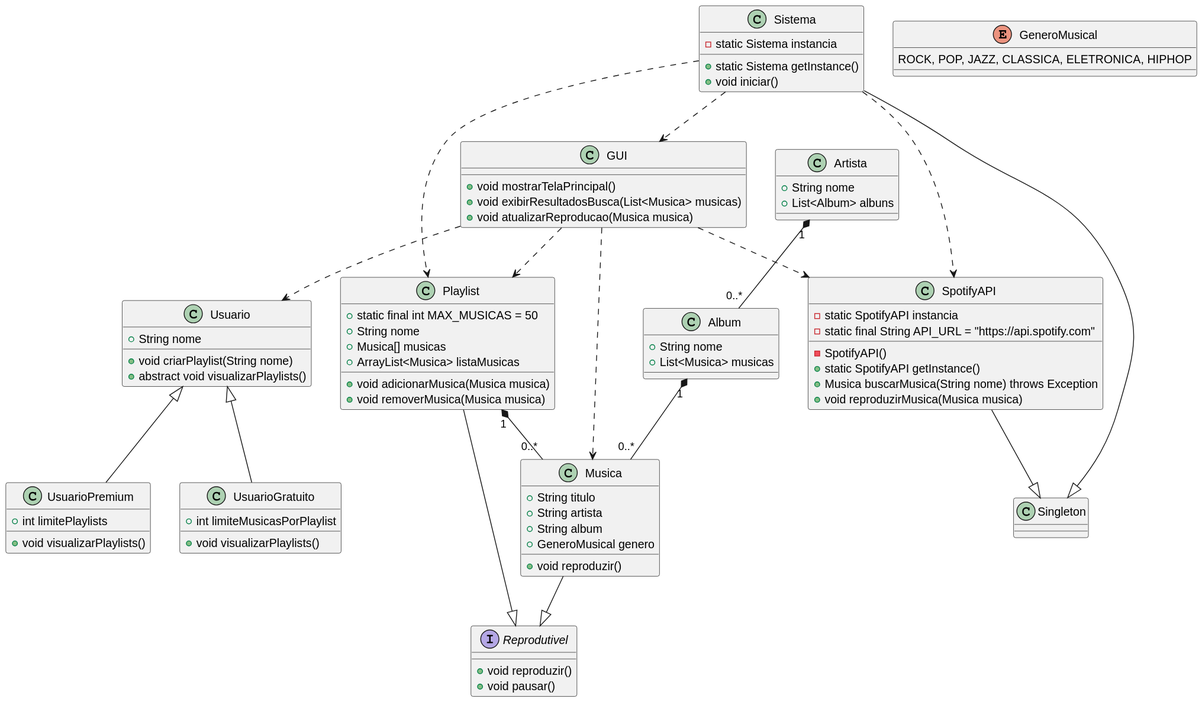
Above: src/Diagramas/Diagrama de Classes.svg in manuelafba/trabalhoFinalProg2 (PlantUML), before the change. Source of this version:
```plantuml
@startuml
class Musica {
    +String titulo
    +String artista
    +String album
    +GeneroMusical genero
    +void reproduzir()
}

class Playlist {
    +static final int MAX_MUSICAS = 50
    +String nome
    +Musica[] musicas
    +ArrayList<Musica> listaMusicas
    +void adicionarMusica(Musica musica)
    +void removerMusica(Musica musica)
}

class Artista {
    +String nome
    +List<Album> albuns
}

class Album {
    +String nome
    +List<Musica> musicas
}

class SpotifyAPI {
    -static SpotifyAPI instancia
    -static final String API_URL = "https://api.spotify.com"
    -SpotifyAPI()
    +static SpotifyAPI getInstance()
    +Musica buscarMusica(String nome) throws Exception
    +void reproduzirMusica(Musica musica)
}

class GUI {
    +void mostrarTelaPrincipal()
    +void exibirResultadosBusca(List<Musica> musicas)
    +void atualizarReproducao(Musica musica)
}

class Sistema {
    -static Sistema instancia
    +static Sistema getInstance()
    +void iniciar()
}

interface Reprodutivel {
    +void reproduzir()
    +void pausar()
}

class Usuario {
    +String nome
    +void criarPlaylist(String nome)
    +abstract void visualizarPlaylists()
}

class UsuarioPremium {
    +int limitePlaylists
    +void visualizarPlaylists()
}

class UsuarioGratuito {
    +int limiteMusicasPorPlaylist
    +void visualizarPlaylists()
}

enum GeneroMusical {
    ROCK, POP, JAZZ, CLASSICA, ELETRONICA, HIPHOP
}

Playlist "1" *-- "0..*" Musica
Artista "1" *-- "0..*" Album
Album "1" *-- "0..*" Musica

SpotifyAPI --|> Singleton
Sistema --|> Singleton

Musica --|> Reprodutivel
Playlist --|> Reprodutivel

Usuario <|-- UsuarioPremium
Usuario <|-- UsuarioGratuito

GUI ..> SpotifyAPI
GUI ..> Playlist
GUI ..> Musica
GUI ..> Usuario

Sistema ..> SpotifyAPI
Sistema ..> GUI
Sistema ..> Playlist
@enduml
```
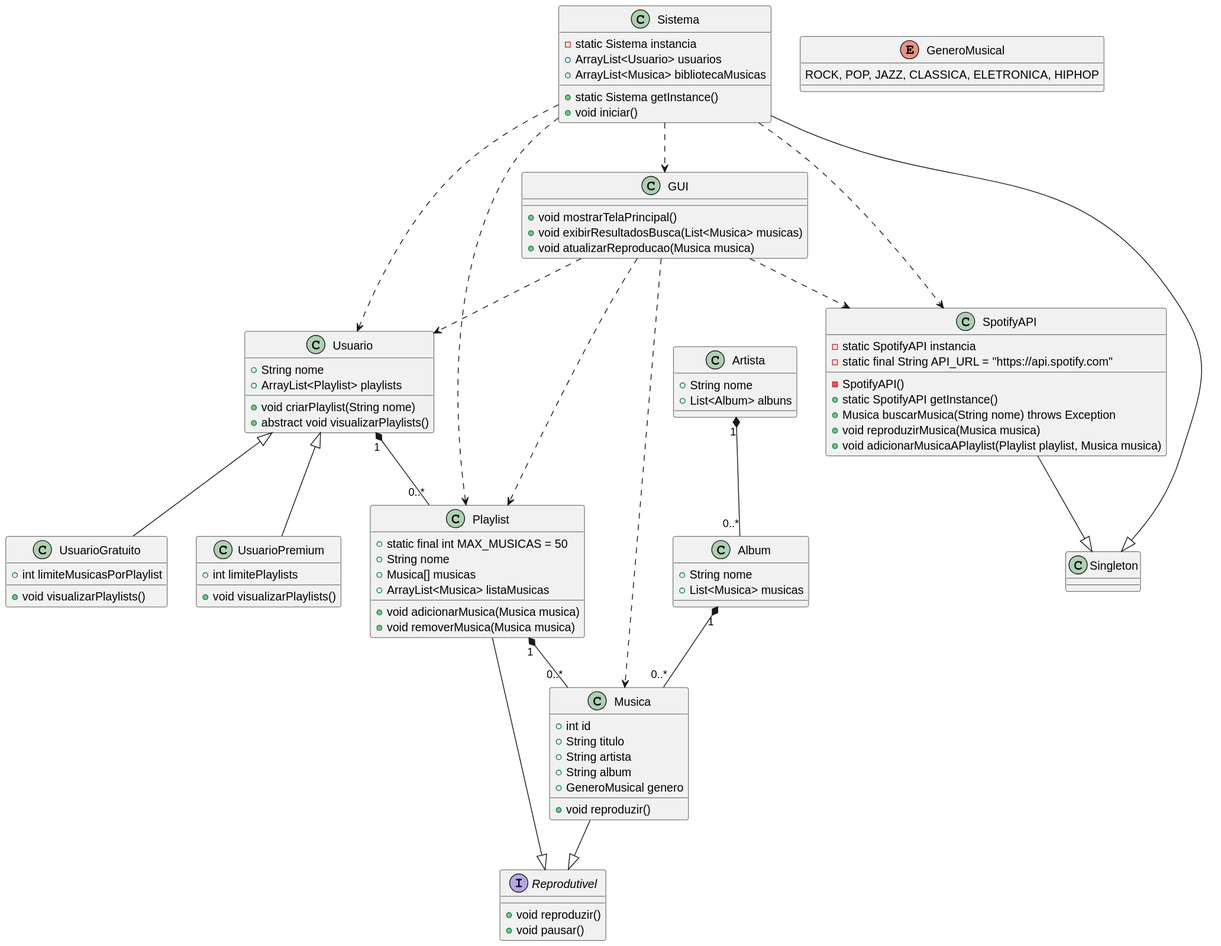
Above is the later version.

Commit message:
Colocando Diagramas Em Pasta e testando SVG

Diff of the diagram source:
```diff
@@ -1,5 +1,6 @@
 @startuml
 class Musica {
+    +int id
     +String titulo
     +String artista
     +String album
@@ -33,6 +34,7 @@
     +static SpotifyAPI getInstance()
     +Musica buscarMusica(String nome) throws Exception
     +void reproduzirMusica(Musica musica)
+    +void adicionarMusicaAPlaylist(Playlist playlist, Musica musica)
 }
 
 class GUI {
@@ -45,6 +47,8 @@
     -static Sistema instancia
     +static Sistema getInstance()
     +void iniciar()
+    +ArrayList<Usuario> usuarios
+    +ArrayList<Musica> bibliotecaMusicas
 }
 
 interface Reprodutivel {
@@ -54,6 +58,7 @@
 
 class Usuario {
     +String nome
+    +ArrayList<Playlist> playlists
     +void criarPlaylist(String nome)
     +abstract void visualizarPlaylists()
 }
@@ -72,6 +77,7 @@
     ROCK, POP, JAZZ, CLASSICA, ELETRONICA, HIPHOP
 }
 
+Usuario "1" *-- "0..*" Playlist
 Playlist "1" *-- "0..*" Musica
 Artista "1" *-- "0..*" Album
 Album "1" *-- "0..*" Musica
@@ -93,4 +99,5 @@
 Sistema ..> SpotifyAPI
 Sistema ..> GUI
 Sistema ..> Playlist
+Sistema ..> Usuario
 @enduml
```
